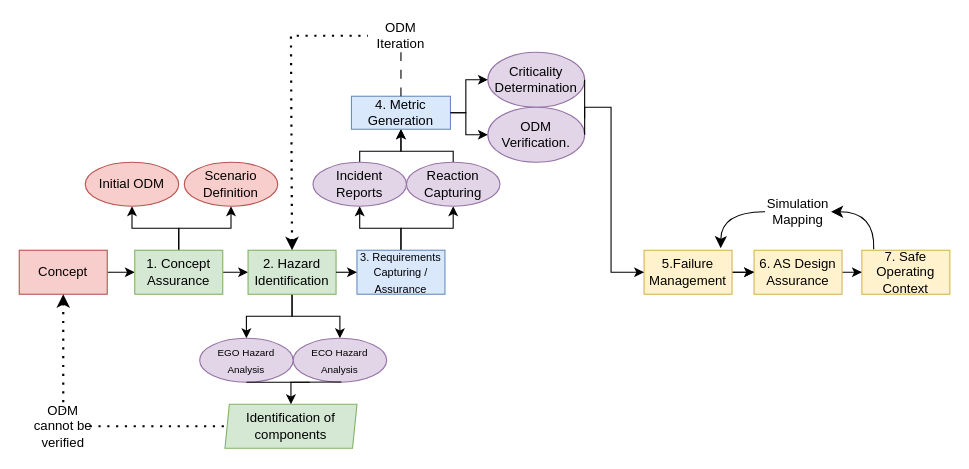
The draw.io diagram Overview/SACRED.drawio in TortoiseFather/SACRED, before the edit. Source tidied: cells renumbered, new cells numbered last; positions are measured from the earlier drawing's top-left corner, leaving out a move shared by most shapes. Both pictures are drawn from the tidied source at 110%, with x=0, y=0 at pixel (19, 19).
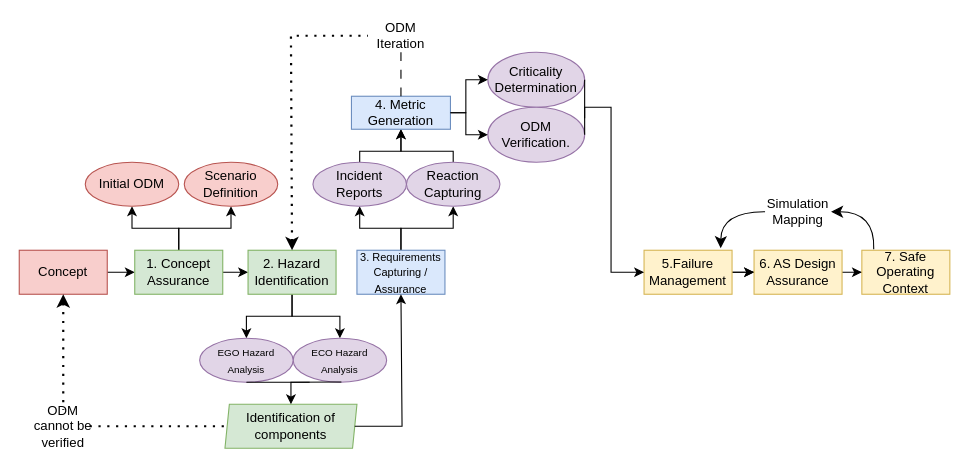
The same page after the edit.

Unchanged cells that the change refers to:
```xml
<mxCell id="10" value="2. Hazard Identification" style="rounded=0;whiteSpace=wrap;html=1;fillColor=#d5e8d4;strokeColor=#82b366;" parent="1" vertex="1">
  <mxGeometry x="208" y="210" width="80" height="40" as="geometry" />
</mxCell>
<mxCell id="13" value="&lt;font style=&quot;font-size: 10px;&quot;&gt;3. Requirements Capturing / Assurance&lt;/font&gt;" style="rounded=0;whiteSpace=wrap;html=1;fillColor=#dae8fc;strokeColor=#6c8ebf;" parent="1" vertex="1">
  <mxGeometry x="307" y="210" width="80" height="40" as="geometry" />
</mxCell>
<mxCell id="36" value="&lt;div&gt;Identification of components&lt;/div&gt;" style="shape=parallelogram;perimeter=parallelogramPerimeter;whiteSpace=wrap;html=1;fixedSize=1;size=4;fillColor=#d5e8d4;strokeColor=#82b366;" parent="1" vertex="1">
  <mxGeometry x="187" y="350" width="120" height="40" as="geometry" />
</mxCell>
```

Diff of the diagram source:
```diff
@@
-    <mxCell id="41" style="endArrow=classic;html=1;rounded=0;exitX=1;exitY=0.5;exitDx=0;exitDy=0;entryX=0;entryY=0.5;entryDx=0;entryDy=0;" parent="1" edge="1" source="10" target="13">
-      <mxGeometry relative="1" as="geometry" />
+    <mxCell id="41" style="endArrow=classic;html=1;rounded=0;entryX=0.5;entryY=1;entryDx=0;entryDy=0;exitX=1;exitY=0.5;exitDx=0;exitDy=0;" parent="1" edge="1" source="36" target="13">
+      <mxGeometry relative="1" as="geometry">
+        <Array as="points">
+          <mxPoint x="348" y="370" />
+        </Array>
+      </mxGeometry>
     </mxCell>
```
